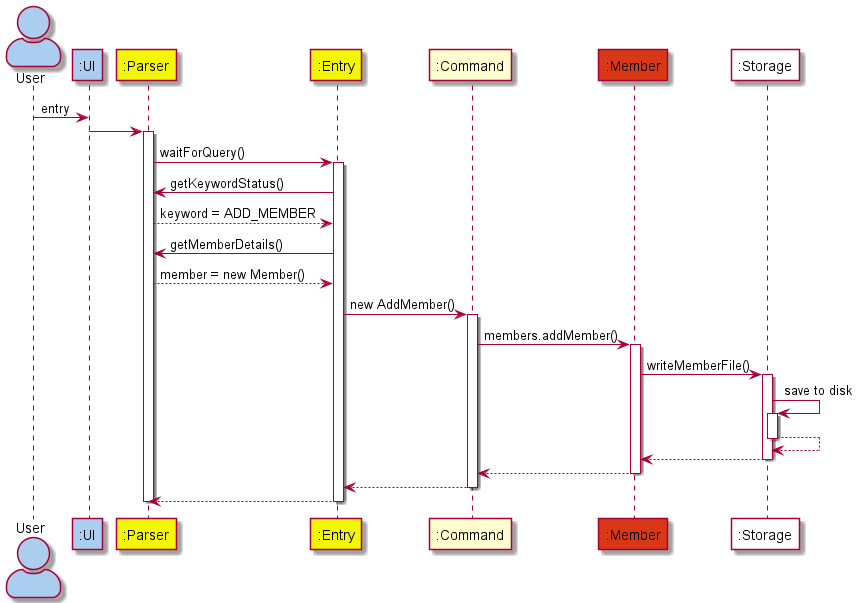
The PlantUML diagram docs/images/ArchitectureSequence.png in nus-cs2113-AY2122S1/tp, before a commit.
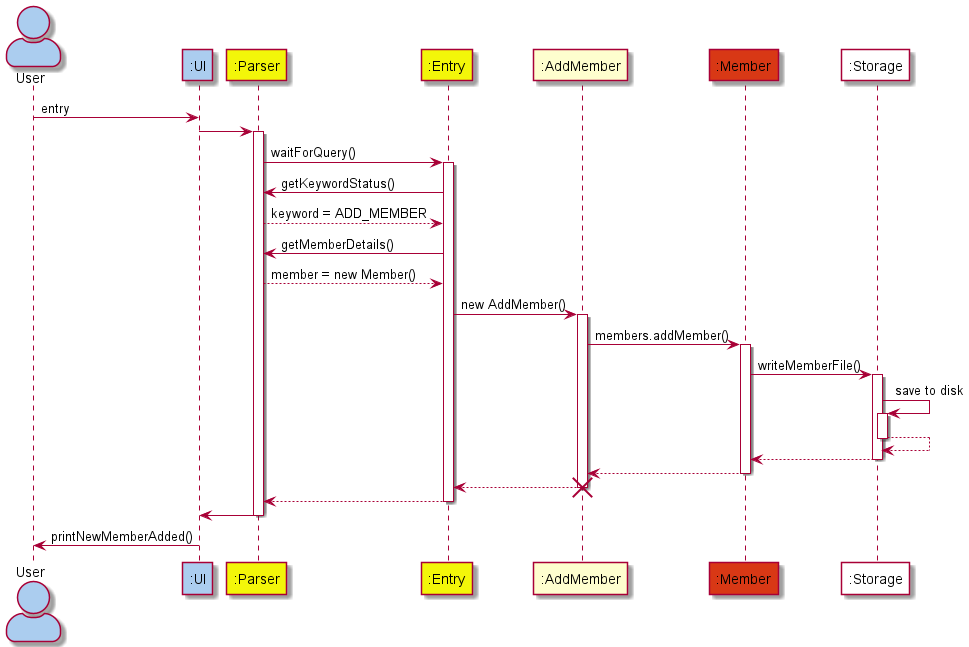
The same diagram one commit later.

Commit message:
fix architecture sequence diagram

The edit, as a diff of the source:
```diff
@@ -4,7 +4,7 @@
 Participant ":UI" as ui #abcdef
 Participant ":Parser" as parser #f3f609
 Participant ":Entry" as entry #f3f609
-Participant ":Command" as command
+Participant ":AddMember" as command
 Participant ":Member" as member #d83815
 Participant ":Storage" as storage #ffffff
 
@@ -45,10 +45,15 @@
 deactivate member
 
 command --> entry
-deactivate command
+destroy command
 
 entry --> parser
 deactivate entry
 
+parser -> ui
+
 deactivate parser
+
+ui -> user : printNewMemberAdded()
+
 @enduml
```
